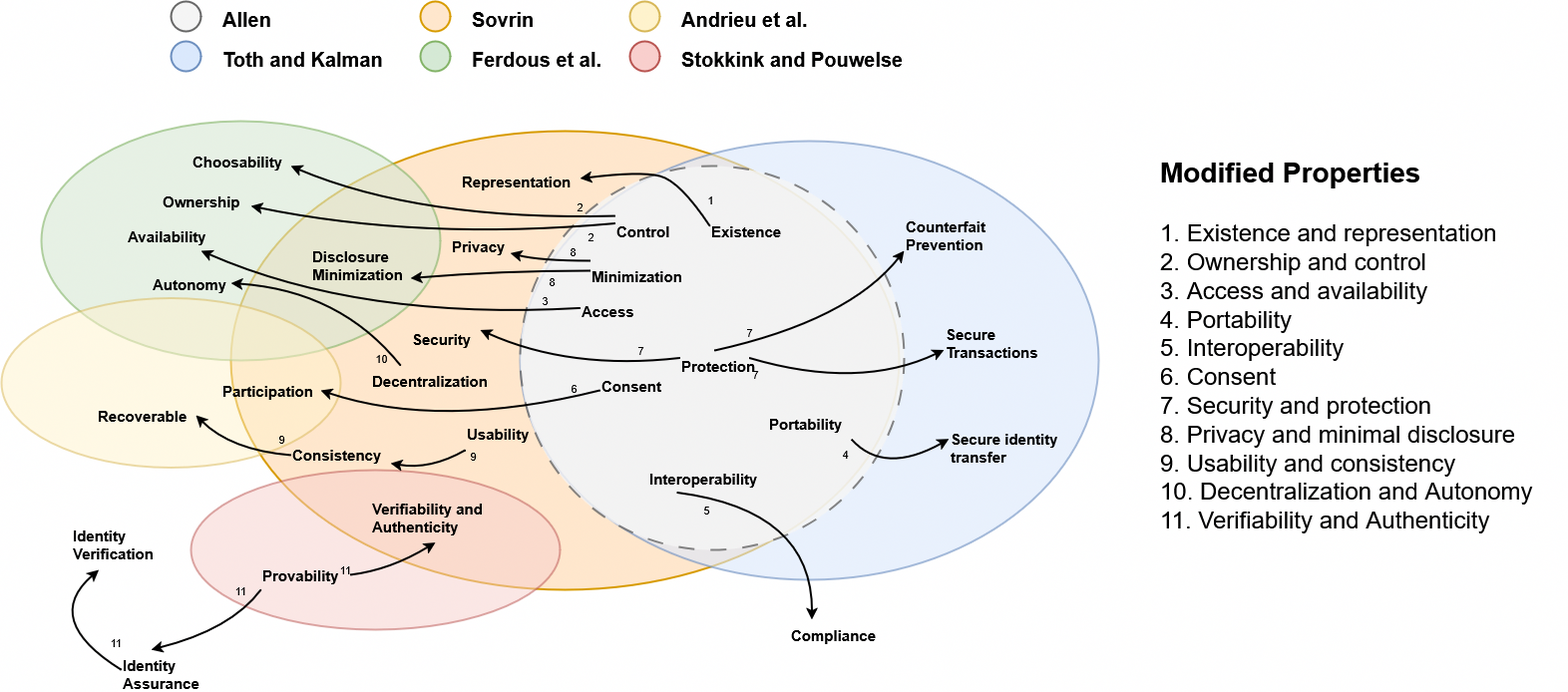
This is definition/images/casual_loop_diagram/Casual_loop_diagram.png from cristianlepore/Self-Sovereign-Identity, a draw.io export, as it was before one commit. Source tidied: cells renumbered, new cells last; positions are measured from the earlier drawing's top-left corner, leaving out a move shared by most shapes.
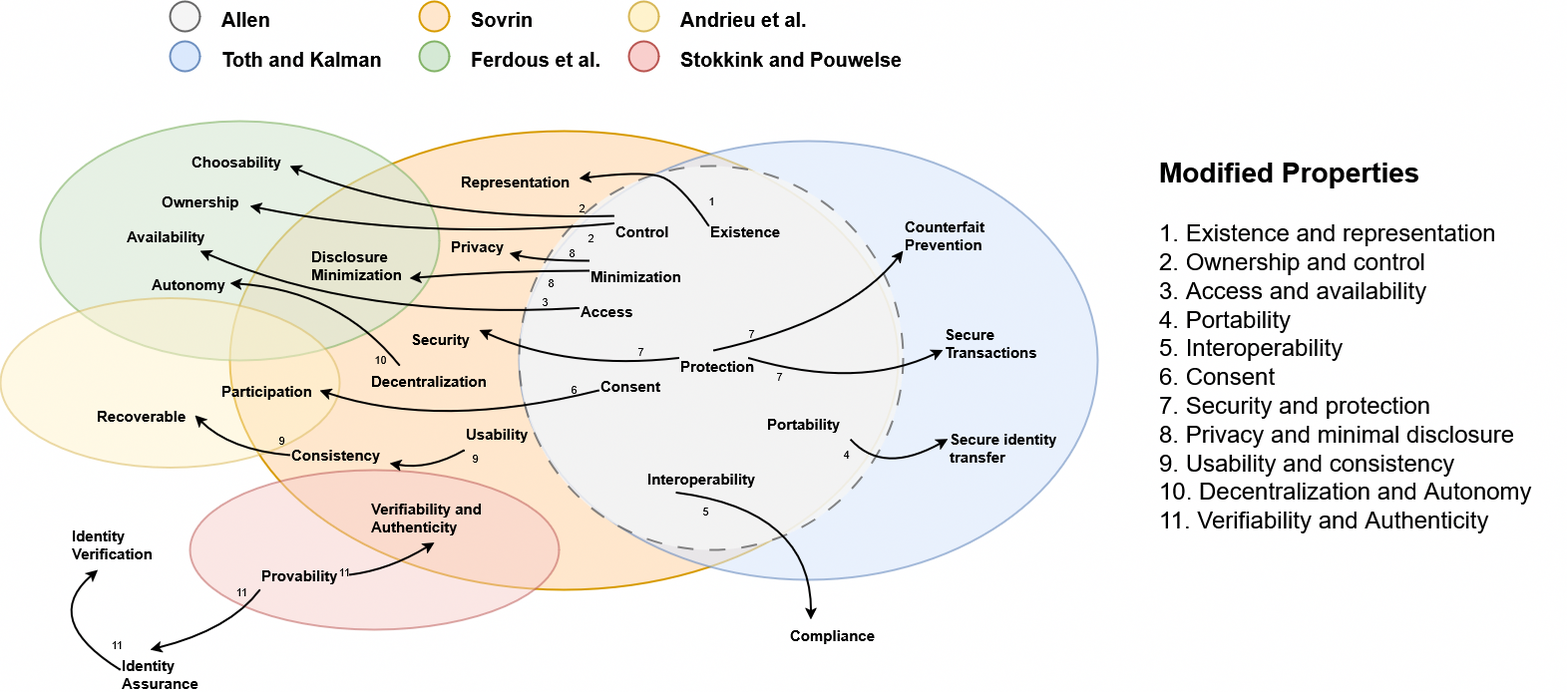
Above is the later version.

The edit, as a diff of the source:
```diff
@@ -88,11 +88,11 @@
         </Array>
       </mxGeometry>
     </mxCell>
-    <mxCell id="25" value="2" style="edgeLabel;html=1;align=center;verticalAlign=middle;labelBackgroundColor=none;" parent="24" vertex="1">
-      <mxGeometry x="-0.04" y="-4" relative="1" as="geometry">
-        <mxPoint x="126" y="-10" as="offset" />
-      </mxGeometry>
-    </mxCell>
+    <mxCell id="86" value="2" style="edgeLabel;html=1;align=center;verticalAlign=middle;labelBackgroundColor=none;" parent="24" vertex="1">
+      <mxGeometry x="-0.04" y="-4" relative="1" as="geometry">
+        <mxPoint x="126" y="-10" as="offset" />
+      </mxGeometry>
+    </mxCell>
     <mxCell id="26" style="endArrow=classic;html=1;rounded=0;entryX=1;entryY=0.5;entryDx=0;entryDy=0;exitX=0;exitY=0.25;exitDx=0;exitDy=0;curved=1;strokeWidth=2;" parent="1" edge="1" source="12" target="23">
       <mxGeometry relative="1" as="geometry">
         <Array as="points">
@@ -100,23 +100,23 @@
         </Array>
       </mxGeometry>
     </mxCell>
-    <mxCell id="27" value="2" style="edgeLabel;html=1;align=center;verticalAlign=middle;labelBackgroundColor=none;" parent="26" vertex="1">
-      <mxGeometry x="-0.04" y="-4" relative="1" as="geometry">
-        <mxPoint x="152" y="1" as="offset" />
-      </mxGeometry>
-    </mxCell>
+    <mxCell id="87" value="2" style="edgeLabel;html=1;align=center;verticalAlign=middle;labelBackgroundColor=none;" parent="26" vertex="1">
+      <mxGeometry x="-0.04" y="-4" relative="1" as="geometry">
+        <mxPoint x="152" y="1" as="offset" />
+      </mxGeometry>
+    </mxCell>
     <mxCell id="28" value="Availability &amp;nbsp;" style="text;whiteSpace=wrap;html=1;fontStyle=1;fontSize=15;" parent="1" vertex="1">
       <mxGeometry x="125" y="220" width="70" height="30" as="geometry" />
     </mxCell>
-    <mxCell id="29" style="endArrow=classic;html=1;rounded=0;exitX=0;exitY=0.5;exitDx=0;exitDy=0;curved=1;strokeWidth=2;" parent="1" edge="1" source="13">
-      <mxGeometry relative="1" as="geometry">
-        <mxPoint x="200" y="250" as="targetPoint" />
-        <Array as="points">
-          <mxPoint x="360" y="320" />
-        </Array>
-      </mxGeometry>
-    </mxCell>
+    <mxCell id="88" style="endArrow=classic;html=1;rounded=0;exitX=0;exitY=0.5;exitDx=0;exitDy=0;curved=1;strokeWidth=2;" parent="1" edge="1" source="13">
+      <mxGeometry relative="1" as="geometry">
+        <mxPoint x="200" y="250" as="targetPoint" />
+        <Array as="points">
+          <mxPoint x="360" y="320" />
+        </Array>
+      </mxGeometry>
+    </mxCell>
-    <mxCell id="30" value="3" style="edgeLabel;html=1;align=center;verticalAlign=middle;labelBackgroundColor=none;" parent="29" vertex="1">
+    <mxCell id="30" value="3" style="edgeLabel;html=1;align=center;verticalAlign=middle;labelBackgroundColor=none;" parent="88" vertex="1">
       <mxGeometry x="-0.04" y="-4" relative="1" as="geometry">
         <mxPoint x="154" y="-15" as="offset" />
       </mxGeometry>
@@ -167,11 +167,11 @@
         </Array>
       </mxGeometry>
     </mxCell>
-    <mxCell id="41" value="7" style="edgeLabel;html=1;align=center;verticalAlign=middle;labelBackgroundColor=none;" parent="40" vertex="1">
-      <mxGeometry x="-0.04" y="-4" relative="1" as="geometry">
-        <mxPoint x="60" y="-15" as="offset" />
-      </mxGeometry>
-    </mxCell>
+    <mxCell id="89" value="7" style="edgeLabel;html=1;align=center;verticalAlign=middle;labelBackgroundColor=none;" parent="40" vertex="1">
+      <mxGeometry x="-0.04" y="-4" relative="1" as="geometry">
+        <mxPoint x="60" y="-15" as="offset" />
+      </mxGeometry>
+    </mxCell>
     <mxCell id="42" value="Secure Transactions" style="text;whiteSpace=wrap;html=1;fontStyle=1;fontSize=15;" parent="1" vertex="1">
       <mxGeometry x="945" y="317.5" width="120" height="42.5" as="geometry" />
     </mxCell>
@@ -182,11 +182,11 @@
         </Array>
       </mxGeometry>
     </mxCell>
-    <mxCell id="44" value="7" style="edgeLabel;html=1;align=center;verticalAlign=middle;labelBackgroundColor=none;" parent="43" vertex="1">
-      <mxGeometry x="-0.04" y="-4" relative="1" as="geometry">
-        <mxPoint x="-72" y="1" as="offset" />
-      </mxGeometry>
-    </mxCell>
+    <mxCell id="90" value="7" style="edgeLabel;html=1;align=center;verticalAlign=middle;labelBackgroundColor=none;" parent="43" vertex="1">
+      <mxGeometry x="-0.04" y="-4" relative="1" as="geometry">
+        <mxPoint x="-72" y="1" as="offset" />
+      </mxGeometry>
+    </mxCell>
     <mxCell id="45" style="endArrow=classic;html=1;rounded=0;entryX=0;entryY=0.75;entryDx=0;entryDy=0;exitX=1;exitY=0.25;exitDx=0;exitDy=0;curved=1;strokeWidth=2;" parent="1" edge="1" source="17" target="42">
       <mxGeometry relative="1" as="geometry">
         <Array as="points">
@@ -194,11 +194,11 @@
         </Array>
       </mxGeometry>
     </mxCell>
-    <mxCell id="46" value="7" style="edgeLabel;html=1;align=center;verticalAlign=middle;labelBackgroundColor=none;" parent="45" vertex="1">
-      <mxGeometry x="-0.04" y="-4" relative="1" as="geometry">
-        <mxPoint x="-89" y="-16" as="offset" />
-      </mxGeometry>
-    </mxCell>
+    <mxCell id="91" value="7" style="edgeLabel;html=1;align=center;verticalAlign=middle;labelBackgroundColor=none;" parent="45" vertex="1">
+      <mxGeometry x="-0.04" y="-4" relative="1" as="geometry">
+        <mxPoint x="-65" y="-15" as="offset" />
+      </mxGeometry>
+    </mxCell>
     <mxCell id="47" value="Disclosure Minimization" style="text;whiteSpace=wrap;html=1;fontStyle=1;fontSize=15;" parent="1" vertex="1">
       <mxGeometry x="310" y="240" width="100" height="50" as="geometry" />
     </mxCell>
@@ -209,11 +209,11 @@
         </Array>
       </mxGeometry>
     </mxCell>
-    <mxCell id="49" value="8" style="edgeLabel;html=1;align=center;verticalAlign=middle;labelBackgroundColor=none;" parent="48" vertex="1">
-      <mxGeometry x="-0.04" y="-4" relative="1" as="geometry">
-        <mxPoint x="47" y="14" as="offset" />
-      </mxGeometry>
-    </mxCell>
+    <mxCell id="92" value="8" style="edgeLabel;html=1;align=center;verticalAlign=middle;labelBackgroundColor=none;" parent="48" vertex="1">
+      <mxGeometry x="-0.04" y="-4" relative="1" as="geometry">
+        <mxPoint x="47" y="14" as="offset" />
+      </mxGeometry>
+    </mxCell>
     <mxCell id="50" value="Privacy" style="text;whiteSpace=wrap;html=1;fontStyle=1;fontSize=15;" parent="1" vertex="1">
       <mxGeometry x="450" y="230" width="60" height="30" as="geometry" />
     </mxCell>
@@ -224,11 +224,11 @@
         </Array>
       </mxGeometry>
     </mxCell>
-    <mxCell id="52" value="8" style="edgeLabel;html=1;align=center;verticalAlign=middle;labelBackgroundColor=none;" parent="51" vertex="1">
-      <mxGeometry x="-0.04" y="-4" relative="1" as="geometry">
-        <mxPoint x="21" y="-6" as="offset" />
-      </mxGeometry>
-    </mxCell>
+    <mxCell id="93" value="8" style="edgeLabel;html=1;align=center;verticalAlign=middle;labelBackgroundColor=none;" parent="51" vertex="1">
+      <mxGeometry x="-0.04" y="-4" relative="1" as="geometry">
+        <mxPoint x="21" y="-6" as="offset" />
+      </mxGeometry>
+    </mxCell>
     <mxCell id="53" value="Usability" style="text;whiteSpace=wrap;html=1;fontStyle=1;fontSize=15;" parent="1" vertex="1">
       <mxGeometry x="465" y="417.5" width="60" height="32.5" as="geometry" />
     </mxCell>
@@ -245,11 +245,11 @@
         </Array>
       </mxGeometry>
     </mxCell>
-    <mxCell id="57" value="9" style="edgeLabel;html=1;align=center;verticalAlign=middle;labelBackgroundColor=none;" parent="56" vertex="1">
-      <mxGeometry x="-0.04" y="-4" relative="1" as="geometry">
-        <mxPoint x="43" y="-10" as="offset" />
-      </mxGeometry>
-    </mxCell>
+    <mxCell id="94" value="9" style="edgeLabel;html=1;align=center;verticalAlign=middle;labelBackgroundColor=none;" parent="56" vertex="1">
+      <mxGeometry x="-0.04" y="-4" relative="1" as="geometry">
+        <mxPoint x="43" y="-10" as="offset" />
+      </mxGeometry>
+    </mxCell>
     <mxCell id="58" style="endArrow=classic;html=1;rounded=0;entryX=1;entryY=0.5;entryDx=0;entryDy=0;exitX=0;exitY=0.5;exitDx=0;exitDy=0;curved=1;strokeWidth=2;" parent="1" edge="1" source="54" target="55">
       <mxGeometry relative="1" as="geometry">
         <Array as="points">
@@ -257,11 +257,11 @@
         </Array>
       </mxGeometry>
     </mxCell>
-    <mxCell id="59" value="9" style="edgeLabel;html=1;align=center;verticalAlign=middle;labelBackgroundColor=none;" parent="58" vertex="1">
-      <mxGeometry x="-0.04" y="-4" relative="1" as="geometry">
-        <mxPoint x="43" y="-8" as="offset" />
-      </mxGeometry>
-    </mxCell>
+    <mxCell id="95" value="9" style="edgeLabel;html=1;align=center;verticalAlign=middle;labelBackgroundColor=none;" parent="58" vertex="1">
+      <mxGeometry x="-0.04" y="-4" relative="1" as="geometry">
+        <mxPoint x="43" y="-8" as="offset" />
+      </mxGeometry>
+    </mxCell>
     <mxCell id="60" value="Decentralization" style="text;whiteSpace=wrap;html=1;fontStyle=1;fontSize=15;" parent="1" vertex="1">
       <mxGeometry x="370" y="365" width="120" height="30" as="geometry" />
     </mxCell>
@@ -299,11 +299,11 @@
         </Array>
       </mxGeometry>
     </mxCell>
-    <mxCell id="69" value="11" style="edgeLabel;html=1;align=center;verticalAlign=middle;labelBackgroundColor=none;" parent="68" vertex="1">
-      <mxGeometry x="-0.04" y="-4" relative="1" as="geometry">
-        <mxPoint x="24" y="-39" as="offset" />
-      </mxGeometry>
-    </mxCell>
+    <mxCell id="96" value="11" style="edgeLabel;html=1;align=center;verticalAlign=middle;labelBackgroundColor=none;" parent="68" vertex="1">
+      <mxGeometry x="-0.04" y="-4" relative="1" as="geometry">
+        <mxPoint x="24" y="-39" as="offset" />
+      </mxGeometry>
+    </mxCell>
     <mxCell id="70" style="endArrow=classic;html=1;rounded=0;entryX=0.25;entryY=1;entryDx=0;entryDy=0;exitX=0;exitY=0.5;exitDx=0;exitDy=0;curved=1;strokeWidth=2;" parent="1" edge="1" source="67" target="64">
       <mxGeometry relative="1" as="geometry">
         <Array as="points">
@@ -311,11 +311,11 @@
         </Array>
       </mxGeometry>
     </mxCell>
-    <mxCell id="71" value="11" style="edgeLabel;html=1;align=center;verticalAlign=middle;labelBackgroundColor=none;" parent="70" vertex="1">
-      <mxGeometry x="-0.04" y="-4" relative="1" as="geometry">
-        <mxPoint x="61" y="19" as="offset" />
-      </mxGeometry>
-    </mxCell>
+    <mxCell id="97" value="11" style="edgeLabel;html=1;align=center;verticalAlign=middle;labelBackgroundColor=none;" parent="70" vertex="1">
+      <mxGeometry x="-0.04" y="-4" relative="1" as="geometry">
+        <mxPoint x="61" y="19" as="offset" />
+      </mxGeometry>
+    </mxCell>
     <mxCell id="72" style="endArrow=classic;html=1;rounded=0;exitX=1;exitY=0.5;exitDx=0;exitDy=0;entryX=0.5;entryY=1;entryDx=0;entryDy=0;curved=1;strokeWidth=2;" parent="1" edge="1" source="66" target="65">
       <mxGeometry relative="1" as="geometry">
         <Array as="points">
@@ -323,11 +323,11 @@
         </Array>
       </mxGeometry>
     </mxCell>
-    <mxCell id="73" value="11" style="edgeLabel;html=1;align=center;verticalAlign=middle;labelBackgroundColor=none;" parent="72" vertex="1">
-      <mxGeometry x="-0.04" y="-4" relative="1" as="geometry">
-        <mxPoint x="-51" y="-2" as="offset" />
-      </mxGeometry>
-    </mxCell>
+    <mxCell id="98" value="11" style="edgeLabel;html=1;align=center;verticalAlign=middle;labelBackgroundColor=none;" parent="72" vertex="1">
+      <mxGeometry x="-0.04" y="-4" relative="1" as="geometry">
+        <mxPoint x="-51" y="-2" as="offset" />
+      </mxGeometry>
+    </mxCell>
     <mxCell id="74" style="ellipse;whiteSpace=wrap;html=1;fillColor=#ffe6cc;strokeColor=#d79b00;strokeWidth=2;" parent="1" vertex="1">
       <mxGeometry x="420" width="30" height="30" as="geometry" />
     </mxCell>
```
